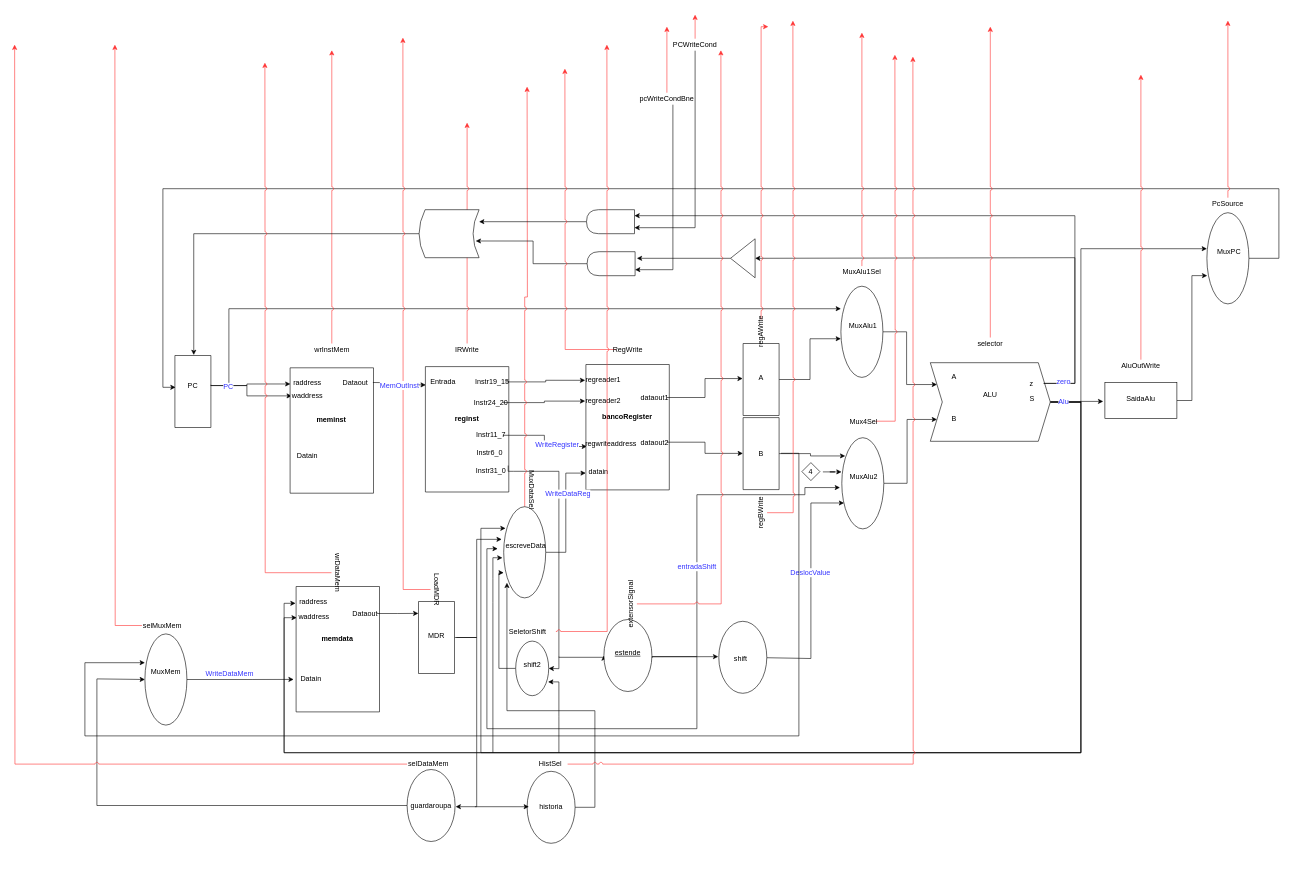
GabrielOlem/ProjetoHardware keeps this draw.io diagram as cpu.drawio. Above is the earlier version. Source tidied: cells renumbered, new cells numbered last; positions are measured from the earlier drawing's top-left corner, leaving out a move shared by most shapes. Both pictures are drawn from the tidied source at 60%, with x=0, y=0 at pixel (14, 14).
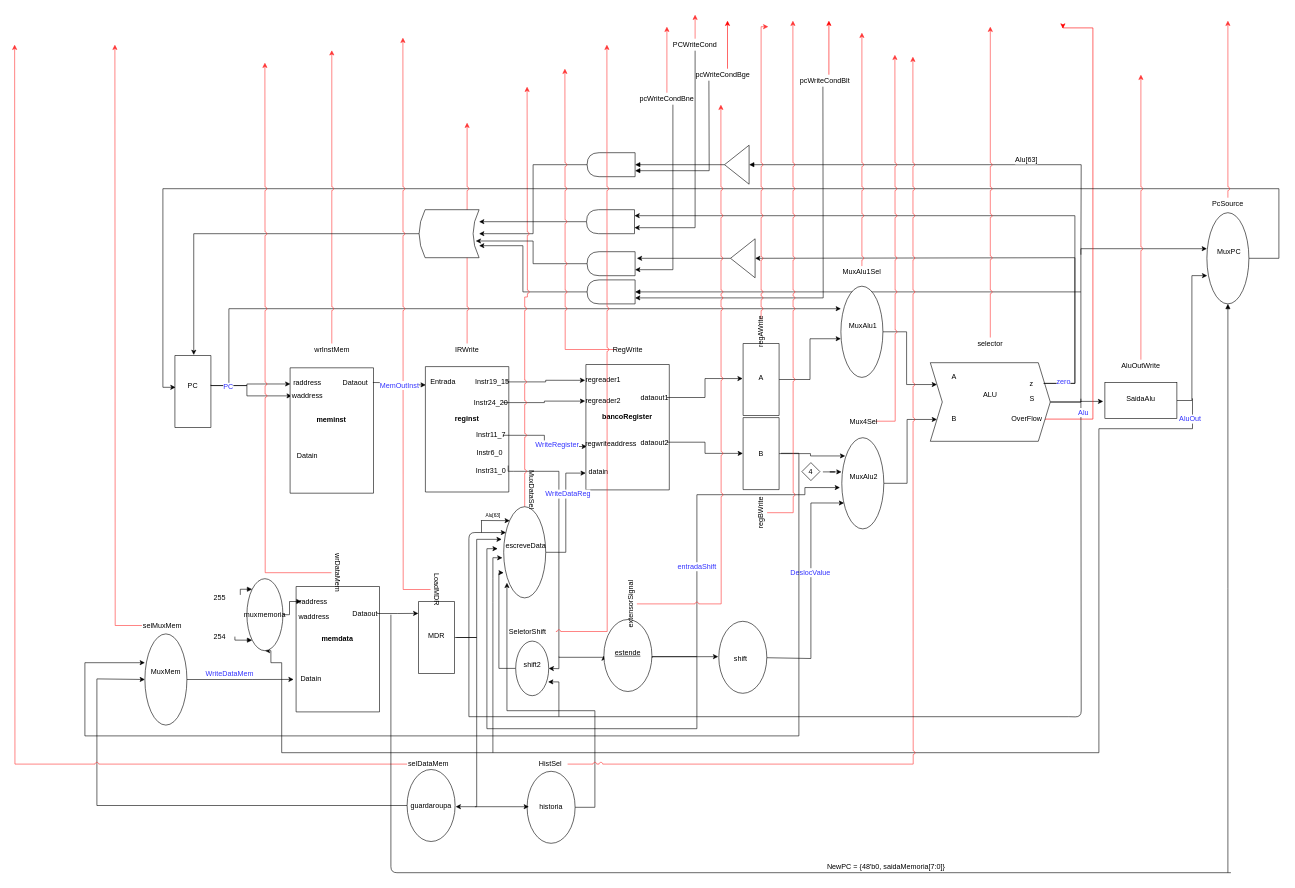
After the change.

Unchanged cells that the change refers to:
```xml
<mxCell id="31" style="verticalLabelPosition=bottom;verticalAlign=top;html=1;shape=mxgraph.basic.rect;fillColor=#ffffff;fillColor2=none;strokeColor=#000000;strokeWidth=1;size=20;indent=5;rotation=90;" parent="1" vertex="1">
  <mxGeometry x="434" y="988" width="209" height="139" as="geometry" />
</mxCell>
<mxCell id="33" value="raddress" style="text;html=1;strokeColor=none;fillColor=none;align=center;verticalAlign=middle;whiteSpace=wrap;rounded=0;" parent="1" vertex="1">
  <mxGeometry x="478" y="968" width="40" height="20" as="geometry" />
</mxCell>
<mxCell id="72" style="shape=step;perimeter=stepPerimeter;whiteSpace=wrap;html=1;fixedSize=1;" parent="1" vertex="1">
  <mxGeometry x="1526" y="580" width="200" height="131" as="geometry" />
</mxCell>
<mxCell id="87" style="ellipse;whiteSpace=wrap;html=1;direction=south;" parent="1" vertex="1">
  <mxGeometry x="815" y="820" width="70" height="152" as="geometry" />
</mxCell>
<mxCell id="96" style="ellipse;whiteSpace=wrap;html=1;direction=south;" parent="1" vertex="1">
  <mxGeometry x="1987" y="330" width="70" height="152" as="geometry" />
</mxCell>
<mxCell id="135" style="shape=dataStorage;whiteSpace=wrap;html=1;" parent="1" vertex="1">
  <mxGeometry x="674" y="325" width="100" height="80" as="geometry" />
</mxCell>
<mxCell id="140" value="extensorSignal" style="text;html=1;strokeColor=none;fillColor=none;align=center;verticalAlign=middle;whiteSpace=wrap;rounded=0;rotation=-90;" parent="1" vertex="1">
  <mxGeometry x="1007" y="972" width="40" height="20" as="geometry" />
</mxCell>
<mxCell id="156" style="ellipse;whiteSpace=wrap;html=1;rotation=90;" parent="1" vertex="1">
  <mxGeometry x="817" y="1062" width="91" height="55" as="geometry" />
</mxCell>
```

What changed in the source:
```diff
@@
+    <mxCell id="169" style="edgeStyle=orthogonalEdgeStyle;rounded=0;jettySize=auto;html=1;startArrow=block;startFill=1;endArrow=none;endFill=0;" parent="1" edge="1" source="195">
+      <mxGeometry relative="1" as="geometry">
+        <mxPoint x="1777" y="400" as="targetPoint" />
+      </mxGeometry>
+    </mxCell>
+    <mxCell id="170" value="Alu[63]&lt;br&gt;" style="text;html=1;align=center;verticalAlign=middle;labelBackgroundColor=#ffffff;" parent="169" vertex="1">
+      <mxGeometry x="0.31" y="3" relative="1" as="geometry">
+        <mxPoint y="-6" as="offset" />
+      </mxGeometry>
+    </mxCell>
+    <mxCell id="171" style="edgeStyle=orthogonalEdgeStyle;rounded=0;jettySize=auto;html=1;exitX=0;exitY=0.25;exitDx=0;exitDy=0;startArrow=block;startFill=1;endArrow=none;endFill=0;" parent="1" edge="1" source="173">
+      <mxGeometry relative="1" as="geometry">
+        <mxPoint x="1157" y="110" as="targetPoint" />
+      </mxGeometry>
+    </mxCell>
+    <mxCell id="172" style="edgeStyle=orthogonalEdgeStyle;rounded=0;jettySize=auto;html=1;entryX=1;entryY=0.5;entryDx=0;entryDy=0;startArrow=none;startFill=0;endArrow=classic;endFill=1;strokeColor=#000000;" parent="1" edge="1" source="173" target="135">
+      <mxGeometry relative="1" as="geometry" />
+    </mxCell>
+    <mxCell id="173" style="shape=delay;whiteSpace=wrap;html=1;rotation=180;" parent="1" vertex="1">
+      <mxGeometry x="954" y="230" width="80" height="40" as="geometry" />
+    </mxCell>
+    <mxCell id="174" style="edgeStyle=orthogonalEdgeStyle;rounded=0;jettySize=auto;html=1;startArrow=block;startFill=1;endArrow=none;endFill=0;" parent="1" edge="1" source="177">
+      <mxGeometry relative="1" as="geometry">
+        <mxPoint x="1777" y="462" as="targetPoint" />
+      </mxGeometry>
+    </mxCell>
+    <mxCell id="175" style="edgeStyle=orthogonalEdgeStyle;rounded=0;jettySize=auto;html=1;exitX=0;exitY=0.25;exitDx=0;exitDy=0;startArrow=classic;startFill=1;endArrow=none;endFill=0;strokeColor=#000000;" parent="1" edge="1" source="177">
+      <mxGeometry relative="1" as="geometry">
+        <mxPoint x="1347" y="120" as="targetPoint" />
+      </mxGeometry>
+    </mxCell>
+    <mxCell id="176" style="edgeStyle=orthogonalEdgeStyle;rounded=0;jettySize=auto;html=1;entryX=1;entryY=0.75;entryDx=0;entryDy=0;startArrow=none;startFill=0;endArrow=classic;endFill=1;strokeColor=#000000;" parent="1" edge="1" source="177" target="135">
+      <mxGeometry relative="1" as="geometry">
+        <Array as="points">
+          <mxPoint x="847" y="462" />
+          <mxPoint x="847" y="385" />
+        </Array>
+      </mxGeometry>
+    </mxCell>
+    <mxCell id="177" style="shape=delay;whiteSpace=wrap;html=1;rotation=180;" parent="1" vertex="1">
+      <mxGeometry x="954" y="442" width="80" height="40" as="geometry" />
+    </mxCell>
@@
+    <mxCell id="178" style="edgeStyle=orthogonalEdgeStyle;rounded=0;jettySize=auto;html=1;entryX=0.5;entryY=0;entryDx=0;entryDy=0;startArrow=block;startFill=1;endArrow=none;endFill=0;" parent="1" edge="1" source="33" target="183">
+      <mxGeometry relative="1" as="geometry" />
+    </mxCell>
@@
-    <mxCell id="68" style="edgeStyle=orthogonalEdgeStyle;rounded=0;jettySize=auto;html=1;entryX=0.237;entryY=0.957;entryDx=0;entryDy=0;entryPerimeter=0;" parent="1" edge="1" source="72" target="87">
-      <mxGeometry relative="1" as="geometry">
-        <Array as="points">
-          <mxPoint x="1777" y="646" />
-          <mxPoint x="1777" y="1230" />
-          <mxPoint x="777" y="1230" />
-          <mxPoint x="777" y="856" />
-        </Array>
-      </mxGeometry>
-    </mxCell>
-    <mxCell id="69" style="edgeStyle=orthogonalEdgeStyle;rounded=0;jettySize=auto;html=1;entryX=0.134;entryY=1.007;entryDx=0;entryDy=0;entryPerimeter=0;" parent="1" edge="1" source="72" target="31">
-      <mxGeometry relative="1" as="geometry">
-        <Array as="points">
-          <mxPoint x="1777" y="646" />
-          <mxPoint x="1777" y="1230" />
-          <mxPoint x="449" y="1230" />
-          <mxPoint x="449" y="981" />
-        </Array>
-      </mxGeometry>
-    </mxCell>
-    <mxCell id="70" style="edgeStyle=orthogonalEdgeStyle;rounded=0;jettySize=auto;html=1;entryX=0.249;entryY=0.993;entryDx=0;entryDy=0;entryPerimeter=0;" parent="1" edge="1" source="72" target="31">
+    <mxCell id="70" style="edgeStyle=orthogonalEdgeStyle;rounded=0;jettySize=auto;html=1;entryX=1;entryY=0.5;entryDx=0;entryDy=0;" parent="1" edge="1" target="183">
       <mxGeometry relative="1" as="geometry">
+        <mxPoint x="1962" y="640" as="sourcePoint" />
         <Array as="points">
-          <mxPoint x="1777" y="646" />
-          <mxPoint x="1777" y="1230" />
-          <mxPoint x="449" y="1230" />
-          <mxPoint x="449" y="1005" />
+          <mxPoint x="1963" y="690" />
+          <mxPoint x="1807" y="690" />
+          <mxPoint x="1807" y="1230" />
+          <mxPoint x="445" y="1230" />
+          <mxPoint x="445" y="1080" />
+          <mxPoint x="427" y="1080" />
+          <mxPoint x="427" y="1060" />
         </Array>
       </mxGeometry>
     </mxCell>
-    <mxCell id="71" value="&lt;font color=&quot;#3333ff&quot;&gt;Alu&lt;/font&gt;" style="text;html=1;align=center;verticalAlign=middle;labelBackgroundColor=#ffffff;" parent="70" vertex="1">
+    <mxCell id="71" value="&lt;font color=&quot;#3333ff&quot;&gt;AluOut&lt;/font&gt;" style="text;html=1;align=center;verticalAlign=middle;labelBackgroundColor=#ffffff;" parent="70" vertex="1">
       <mxGeometry x="-0.96" y="2" relative="1" as="geometry">
-        <mxPoint x="-22.5" y="2" as="offset" />
+        <mxPoint x="-6.5" y="-11.5" as="offset" />
       </mxGeometry>
     </mxCell>
+    <mxCell id="179" style="edgeStyle=orthogonalEdgeStyle;rounded=0;jettySize=auto;html=1;exitX=1;exitY=0.75;exitDx=0;exitDy=0;startArrow=none;startFill=0;endArrow=classic;endFill=1;strokeColor=#FF0000;" parent="1" edge="1" source="72">
+      <mxGeometry relative="1" as="geometry">
+        <mxPoint x="1747" y="23.1" as="targetPoint" />
+        <Array as="points">
+          <mxPoint x="1797" y="674" />
+          <mxPoint x="1797" y="22" />
+        </Array>
+      </mxGeometry>
+    </mxCell>
@@
+    <mxCell id="180" style="edgeStyle=orthogonalEdgeStyle;rounded=0;jettySize=auto;html=1;startArrow=block;startFill=1;endArrow=none;endFill=0;" parent="1" edge="1" source="96">
+      <mxGeometry relative="1" as="geometry">
+        <mxPoint x="2022" y="1430" as="targetPoint" />
+      </mxGeometry>
+    </mxCell>
@@
     <mxCell id="139" style="edgeStyle=orthogonalEdgeStyle;rounded=0;jumpStyle=arc;jettySize=auto;html=1;strokeColor=#FF3333;" parent="1" edge="1" source="140">
       <mxGeometry relative="1" as="geometry">
-        <mxPoint x="1177" y="59.2" as="targetPoint" />
+        <mxPoint x="1177" y="150" as="targetPoint" />
       </mxGeometry>
     </mxCell>
@@
     <mxCell id="159" style="endArrow=classic;html=1;strokeColor=#000000;entryX=0.747;entryY=0.018;entryDx=0;entryDy=0;entryPerimeter=0;rounded=0;" parent="1" edge="1" target="156">
       <mxGeometry relative="1" as="geometry">
-        <mxPoint x="907" y="1230" as="sourcePoint" />
+        <mxPoint x="907" y="1170" as="sourcePoint" />
         <Array as="points">
           <mxPoint x="907" y="1170" />
           <mxPoint x="907" y="1112" />
         </Array>
       </mxGeometry>
     </mxCell>
@@
+    <mxCell id="181" style="edgeStyle=orthogonalEdgeStyle;rounded=0;jettySize=auto;html=1;exitX=0;exitY=1;exitDx=0;exitDy=0;startArrow=block;startFill=1;endArrow=none;endFill=0;" parent="1" edge="1" source="183">
+      <mxGeometry relative="1" as="geometry">
+        <mxPoint x="376" y="967" as="targetPoint" />
+      </mxGeometry>
+    </mxCell>
+    <mxCell id="182" style="edgeStyle=orthogonalEdgeStyle;rounded=0;jettySize=auto;html=1;exitX=1;exitY=1;exitDx=0;exitDy=0;startArrow=block;startFill=1;endArrow=none;endFill=0;" parent="1" edge="1" source="183" target="185">
+      <mxGeometry relative="1" as="geometry" />
+    </mxCell>
+    <mxCell id="183" value="muxmemoria" style="ellipse;whiteSpace=wrap;html=1;direction=south;" parent="1" vertex="1">
+      <mxGeometry x="387" y="940" width="60" height="120" as="geometry" />
+    </mxCell>
+    <mxCell id="184" value="255" style="text;html=1;align=left;verticalAlign=top;spacingTop=-4;" parent="1" vertex="1">
+      <mxGeometry x="330" y="962" width="40" height="20" as="geometry" />
+    </mxCell>
+    <mxCell id="185" value="254" style="text;html=1;points=[];align=left;verticalAlign=top;spacingTop=-4;" parent="1" vertex="1">
+      <mxGeometry x="330" y="1026.5" width="40" height="20" as="geometry" />
+    </mxCell>
+    <mxCell id="186" style="endArrow=none;html=1;edgeStyle=orthogonalEdgeStyle;" parent="1" edge="1">
+      <mxGeometry relative="1" as="geometry">
+        <mxPoint x="1757" y="1170" as="sourcePoint" />
+        <mxPoint x="1777" y="640" as="targetPoint" />
+      </mxGeometry>
+    </mxCell>
+    <mxCell id="187" value="&lt;font color=&quot;#3333ff&quot;&gt;Alu&lt;/font&gt;" style="text;html=1;align=center;verticalAlign=middle;labelBackgroundColor=#ffffff;" parent="186" vertex="1">
+      <mxGeometry x="0.92" y="-3" relative="1" as="geometry" />
+    </mxCell>
+    <mxCell id="188" style="endArrow=none;html=1;" parent="1" edge="1">
+      <mxGeometry relative="1" as="geometry">
+        <mxPoint x="757" y="1170" as="sourcePoint" />
+        <mxPoint x="1757" y="1170" as="targetPoint" />
+      </mxGeometry>
+    </mxCell>
+    <mxCell id="189" style="endArrow=classic;html=1;entryX=0.284;entryY=0.945;entryDx=0;entryDy=0;entryPerimeter=0;" parent="1" edge="1" target="87">
+      <mxGeometry relative="1" as="geometry">
+        <mxPoint x="757" y="1170" as="sourcePoint" />
+        <Array as="points">
+          <mxPoint x="757" y="863" />
+        </Array>
+      </mxGeometry>
+    </mxCell>
+    <mxCell id="190" style="endArrow=classic;html=1;entryX=0;entryY=1;entryDx=0;entryDy=0;" parent="1" edge="1">
+      <mxGeometry relative="1" as="geometry">
+        <mxPoint x="777" y="843" as="sourcePoint" />
+        <mxPoint x="825.2" y="843.3" as="targetPoint" />
+      </mxGeometry>
+    </mxCell>
+    <mxCell id="191" value="&lt;font style=&quot;font-size: 8px&quot;&gt;Alu[63]&lt;/font&gt;" style="text;html=1;align=center;verticalAlign=middle;labelBackgroundColor=#ffffff;" parent="190" vertex="1">
+      <mxGeometry x="-0.62" relative="1" as="geometry">
+        <mxPoint x="11" y="-10" as="offset" />
+      </mxGeometry>
+    </mxCell>
+    <mxCell id="192" style="endArrow=none;html=1;" parent="1" edge="1">
+      <mxGeometry relative="1" as="geometry">
+        <mxPoint x="778" y="863" as="sourcePoint" />
+        <mxPoint x="778" y="843" as="targetPoint" />
+      </mxGeometry>
+    </mxCell>
+    <mxCell id="193" style="endArrow=none;html=1;" parent="1" edge="1">
+      <mxGeometry relative="1" as="geometry">
+        <mxPoint x="627" y="1000" as="sourcePoint" />
+        <mxPoint x="2027" y="1430" as="targetPoint" />
+        <Array as="points">
+          <mxPoint x="627" y="1430" />
+        </Array>
+      </mxGeometry>
+    </mxCell>
+    <mxCell id="194" value="NewPC = {48'b0, saidaMemoria[7:0]}" style="text;html=1;align=center;verticalAlign=middle;labelBackgroundColor=#ffffff;" parent="193" vertex="1">
+      <mxGeometry x="0.37" y="5" relative="1" as="geometry">
+        <mxPoint y="-6" as="offset" />
+      </mxGeometry>
+    </mxCell>
+    <mxCell id="195" style="triangle;whiteSpace=wrap;html=1;rotation=180;" parent="1" vertex="1">
+      <mxGeometry x="1183" y="217.5" width="41" height="65" as="geometry" />
+    </mxCell>
+    <mxCell id="196" style="edgeStyle=orthogonalEdgeStyle;rounded=0;jettySize=auto;html=1;startArrow=block;startFill=1;endArrow=none;endFill=0;" parent="1" edge="1" source="173" target="195">
+      <mxGeometry relative="1" as="geometry" />
+    </mxCell>
+    <mxCell id="197" style="edgeStyle=orthogonalEdgeStyle;rounded=0;jettySize=auto;html=1;startArrow=none;startFill=0;endArrow=classic;endFill=1;fillColor=#f8cecc;strokeColor=#FF0000;" parent="1" edge="1" source="198">
+      <mxGeometry relative="1" as="geometry">
+        <mxPoint x="1188" y="10" as="targetPoint" />
+      </mxGeometry>
+    </mxCell>
+    <mxCell id="198" value="pcWriteCondBge" style="text;html=1;points=[];align=left;verticalAlign=top;spacingTop=-4;" parent="1" vertex="1">
+      <mxGeometry x="1133" y="90" width="110" height="20" as="geometry" />
+    </mxCell>
+    <mxCell id="199" style="edgeStyle=orthogonalEdgeStyle;rounded=0;jettySize=auto;html=1;startArrow=none;startFill=0;endArrow=classic;endFill=1;strokeColor=#FF0000;" parent="1" edge="1" source="200">
+      <mxGeometry relative="1" as="geometry">
+        <mxPoint x="1357" y="10" as="targetPoint" />
+      </mxGeometry>
+    </mxCell>
+    <mxCell id="200" value="pcWriteCondBlt" style="text;html=1;points=[];align=left;verticalAlign=top;spacingTop=-4;" parent="1" vertex="1">
+      <mxGeometry x="1307" y="100" width="100" height="20" as="geometry" />
+    </mxCell>
+    <mxCell id="201" value="OverFlow" style="text;html=1;strokeColor=none;fillColor=none;align=center;verticalAlign=middle;whiteSpace=wrap;rounded=0;" parent="1" vertex="1">
+      <mxGeometry x="1667" y="663" width="40" height="20" as="geometry" />
+    </mxCell>
```
